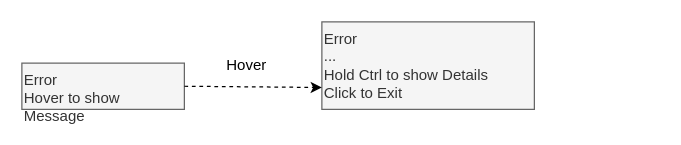
This is docs/diagrams/ErrorBoard_Functionality.drawio from underwatergrasshopper/poe_exp_after_dot, a draw.io file, before an edit. Source tidied: cells renumbered, new cells numbered last; positions are measured from the earlier drawing's top-left corner, leaving out a move shared by most shapes. Both pictures are drawn from the tidied source at 125%, with x=0, y=0 at pixel (21, 21).
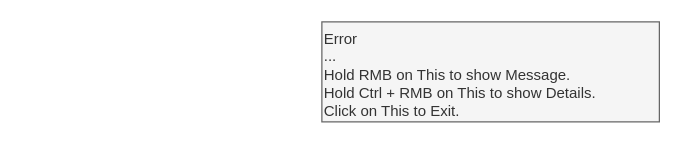
The same diagram, later.

The edit, as a diff of the source:
```diff
@@
 <mxGraphModel>
   <root>
     <mxCell id="0" />
     <mxCell id="1" parent="0" />
-    <mxCell id="2" value="Error&lt;br&gt;Hover to show Message" style="rounded=0;whiteSpace=wrap;html=1;fontFamily=Inconsolata;align=left;verticalAlign=top;fillColor=#f5f5f5;fontColor=#333333;strokeColor=#666666;" parent="1" vertex="1">
-      <mxGeometry y="33" width="130" height="37" as="geometry" />
-    </mxCell>
-    <mxCell id="3" value="Error&lt;br&gt;...&lt;br&gt;Hold Ctrl to show Details&lt;br&gt;Click to Exit" style="rounded=0;whiteSpace=wrap;html=1;fontFamily=Inconsolata;align=left;verticalAlign=top;fillColor=#f5f5f5;fontColor=#333333;strokeColor=#666666;" parent="1" vertex="1">
-      <mxGeometry x="240" width="170" height="70" as="geometry" />
+    <mxCell id="3" value="Error&lt;br&gt;...&lt;br&gt;Hold RMB on This to show Message.&lt;br&gt;Hold Ctrl + RMB on This to show Details.&lt;br&gt;Click on This to Exit." style="rounded=0;whiteSpace=wrap;html=1;fontFamily=Inconsolata;align=left;verticalAlign=top;fillColor=#f5f5f5;fontColor=#333333;strokeColor=#666666;" parent="1" vertex="1">
+      <mxGeometry x="240" width="270" height="80" as="geometry" />
     </mxCell>
-    <mxCell id="4" style="endArrow=classic;html=1;rounded=0;dashed=1;exitX=1;exitY=0.5;exitDx=0;exitDy=0;fontFamily=Inconsolata;entryX=0;entryY=0.75;entryDx=0;entryDy=0;" parent="1" edge="1" source="2" target="3">
-      <mxGeometry relative="1" as="geometry" />
-    </mxCell>
-    <mxCell id="5" value="Hover" style="text;html=1;strokeColor=none;fillColor=none;align=center;verticalAlign=middle;whiteSpace=wrap;rounded=0;fontFamily=Inconsolata;" parent="1" vertex="1">
-      <mxGeometry x="150" y="20" width="60" height="30" as="geometry" />
-    </mxCell>
   </root>
 </mxGraphModel>
```
